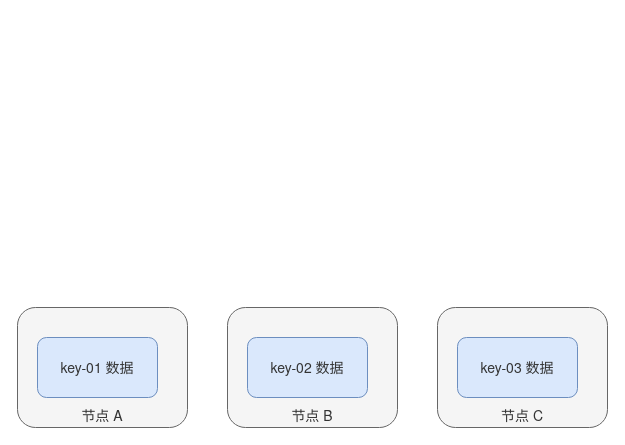
Above: 操作系统/哈希算法.drawio in xiaolincoder/ImageHost4 (draw.io), before the change. Source tidied: cells renumbered, new cells numbered last; positions are measured from the earlier drawing's top-left corner, leaving out a move shared by most shapes. Both pictures are drawn from the tidied source at 100%, with x=0, y=0 at pixel (17, 307).
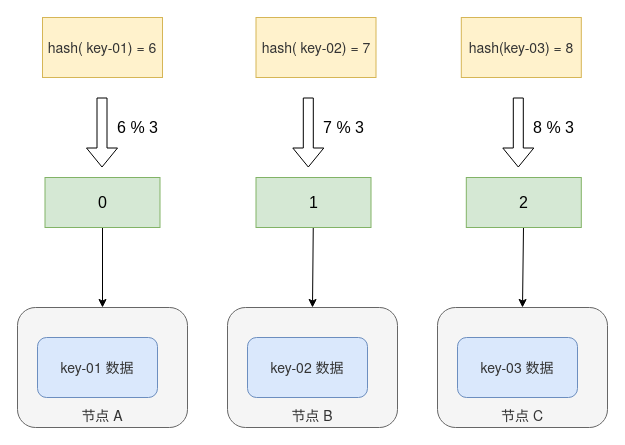
The same page after the edit.

Unchanged cells that the change refers to:
```xml
<mxCell id="2" value="&lt;font color=&quot;#333333&quot; face=&quot;helvetica neue, helvetica, arial, sans-serif&quot;&gt;&lt;span style=&quot;font-size: 14px;&quot;&gt;节点 A&lt;/span&gt;&lt;/font&gt;" style="rounded=1;whiteSpace=wrap;html=1;labelBackgroundColor=none;fontSize=16;verticalAlign=bottom;fillColor=#f5f5f5;strokeColor=#666666;fontColor=#333333;" parent="1" vertex="1">
  <mxGeometry width="170" height="120" as="geometry" />
</mxCell>
<mxCell id="4" value="&lt;font color=&quot;#333333&quot; face=&quot;helvetica neue, helvetica, arial, sans-serif&quot;&gt;&lt;span style=&quot;font-size: 14px;&quot;&gt;节点 B&lt;/span&gt;&lt;/font&gt;" style="rounded=1;whiteSpace=wrap;html=1;labelBackgroundColor=none;fontSize=16;fontColor=#333333;verticalAlign=bottom;fillColor=#f5f5f5;strokeColor=#666666;" parent="1" vertex="1">
  <mxGeometry x="210" width="170" height="120" as="geometry" />
</mxCell>
<mxCell id="6" value="&lt;font color=&quot;#333333&quot; face=&quot;helvetica neue, helvetica, arial, sans-serif&quot;&gt;&lt;span style=&quot;font-size: 14px;&quot;&gt;节点 C&lt;/span&gt;&lt;/font&gt;" style="rounded=1;whiteSpace=wrap;html=1;labelBackgroundColor=none;fontSize=16;fontColor=#333333;verticalAlign=bottom;fillColor=#f5f5f5;strokeColor=#666666;" parent="1" vertex="1">
  <mxGeometry x="420" width="170" height="120" as="geometry" />
</mxCell>
```

Diff of the diagram source:
```diff
@@
+    <mxCell id="8" value="&lt;span style=&quot;color: rgb(51, 51, 51); font-family: &amp;quot;helvetica neue&amp;quot;, helvetica, arial, sans-serif; font-size: 14px;&quot;&gt;hash( key-01) = 6&lt;/span&gt;" style="rounded=0;whiteSpace=wrap;html=1;labelBackgroundColor=none;fontSize=16;fillColor=#fff2cc;strokeColor=#d6b656;" parent="1" vertex="1">
+      <mxGeometry x="25" y="-290" width="120" height="60" as="geometry" />
+    </mxCell>
+    <mxCell id="9" value="&lt;span style=&quot;color: rgb(51, 51, 51); font-family: &amp;quot;helvetica neue&amp;quot;, helvetica, arial, sans-serif; font-size: 14px;&quot;&gt;hash( key-02) = 7&lt;/span&gt;" style="rounded=0;whiteSpace=wrap;html=1;labelBackgroundColor=none;fontSize=16;fillColor=#fff2cc;strokeColor=#d6b656;" parent="1" vertex="1">
+      <mxGeometry x="238.5" y="-290" width="120" height="60" as="geometry" />
+    </mxCell>
+    <mxCell id="10" value="&lt;span style=&quot;color: rgb(51, 51, 51); font-family: &amp;quot;helvetica neue&amp;quot;, helvetica, arial, sans-serif; font-size: 14px;&quot;&gt;hash(key-03) = 8&lt;/span&gt;" style="rounded=0;whiteSpace=wrap;html=1;labelBackgroundColor=none;fontSize=16;fillColor=#fff2cc;strokeColor=#d6b656;" parent="1" vertex="1">
+      <mxGeometry x="443.8" y="-290" width="120" height="60" as="geometry" />
+    </mxCell>
+    <mxCell id="11" style="shape=flexArrow;endArrow=classic;html=1;rounded=0;fontSize=16;fontColor=default;" parent="1" edge="1">
+      <mxGeometry relative="1" as="geometry">
+        <mxPoint x="84.5" y="-210" as="sourcePoint" />
+        <mxPoint x="84.5" y="-140" as="targetPoint" />
+      </mxGeometry>
+    </mxCell>
+    <mxCell id="12" value="6 % 3" style="text;html=1;align=center;verticalAlign=middle;strokeColor=none;fillColor=none;fontSize=16;fontColor=default;" parent="1" vertex="1">
+      <mxGeometry x="90" y="-190" width="60" height="20" as="geometry" />
+    </mxCell>
+    <mxCell id="13" style="edgeStyle=none;rounded=0;jettySize=auto;html=1;entryX=0.5;entryY=0;entryDx=0;entryDy=0;fontSize=16;fontColor=default;" parent="1" edge="1" source="14" target="2">
+      <mxGeometry relative="1" as="geometry" />
+    </mxCell>
+    <mxCell id="14" value="0" style="rounded=0;whiteSpace=wrap;html=1;labelBackgroundColor=none;fontSize=16;fillColor=#d5e8d4;strokeColor=#82b366;" parent="1" vertex="1">
+      <mxGeometry x="27.5" y="-130" width="115" height="50" as="geometry" />
+    </mxCell>
+    <mxCell id="15" style="shape=flexArrow;endArrow=classic;html=1;rounded=0;fontSize=16;fontColor=default;" parent="1" edge="1">
+      <mxGeometry relative="1" as="geometry">
+        <mxPoint x="290.8" y="-210" as="sourcePoint" />
+        <mxPoint x="290.8" y="-140" as="targetPoint" />
+      </mxGeometry>
+    </mxCell>
+    <mxCell id="16" value="7 % 3" style="text;html=1;align=center;verticalAlign=middle;strokeColor=none;fillColor=none;fontSize=16;fontColor=default;" parent="1" vertex="1">
+      <mxGeometry x="296.2" y="-190" width="60" height="20" as="geometry" />
+    </mxCell>
+    <mxCell id="17" style="edgeStyle=none;rounded=0;jettySize=auto;html=1;entryX=0.5;entryY=0;entryDx=0;entryDy=0;fontSize=16;fontColor=default;" parent="1" edge="1" source="18" target="4">
+      <mxGeometry relative="1" as="geometry" />
+    </mxCell>
+    <mxCell id="18" value="1" style="rounded=0;whiteSpace=wrap;html=1;labelBackgroundColor=none;fontSize=16;fillColor=#d5e8d4;strokeColor=#82b366;" parent="1" vertex="1">
+      <mxGeometry x="238.5" y="-130" width="115" height="50" as="geometry" />
+    </mxCell>
+    <mxCell id="19" style="shape=flexArrow;endArrow=classic;html=1;rounded=0;fontSize=16;fontColor=default;" parent="1" edge="1">
+      <mxGeometry relative="1" as="geometry">
+        <mxPoint x="500.8" y="-210" as="sourcePoint" />
+        <mxPoint x="500.8" y="-140" as="targetPoint" />
+      </mxGeometry>
+    </mxCell>
+    <mxCell id="20" value="8 % 3" style="text;html=1;align=center;verticalAlign=middle;strokeColor=none;fillColor=none;fontSize=16;fontColor=default;" parent="1" vertex="1">
+      <mxGeometry x="506.2" y="-190" width="60" height="20" as="geometry" />
+    </mxCell>
+    <mxCell id="21" style="edgeStyle=none;rounded=0;jettySize=auto;html=1;entryX=0.5;entryY=0;entryDx=0;entryDy=0;fontSize=16;fontColor=default;" parent="1" edge="1" source="22" target="6">
+      <mxGeometry relative="1" as="geometry" />
+    </mxCell>
+    <mxCell id="22" value="2" style="rounded=0;whiteSpace=wrap;html=1;labelBackgroundColor=none;fontSize=16;fillColor=#d5e8d4;strokeColor=#82b366;" parent="1" vertex="1">
+      <mxGeometry x="448.8" y="-130" width="115" height="50" as="geometry" />
+    </mxCell>
```
